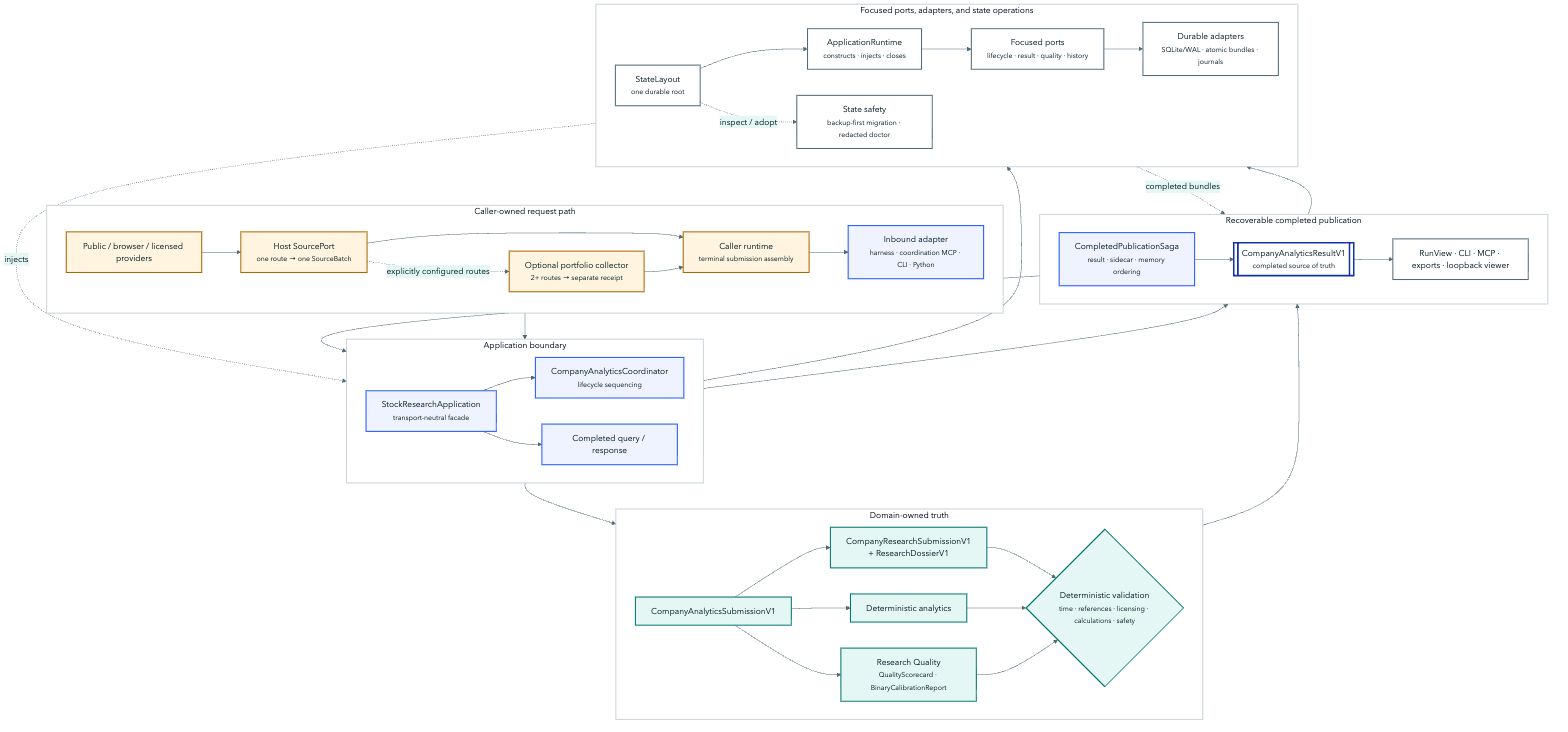
Before: assets/architecture/solid-ports-adapters.png, a diagram exported from Mermaid (harshitagarwal2/StockResearchAgents). Its source is kept beside it as docs/diagrams/solid-ports-adapters.mmd.
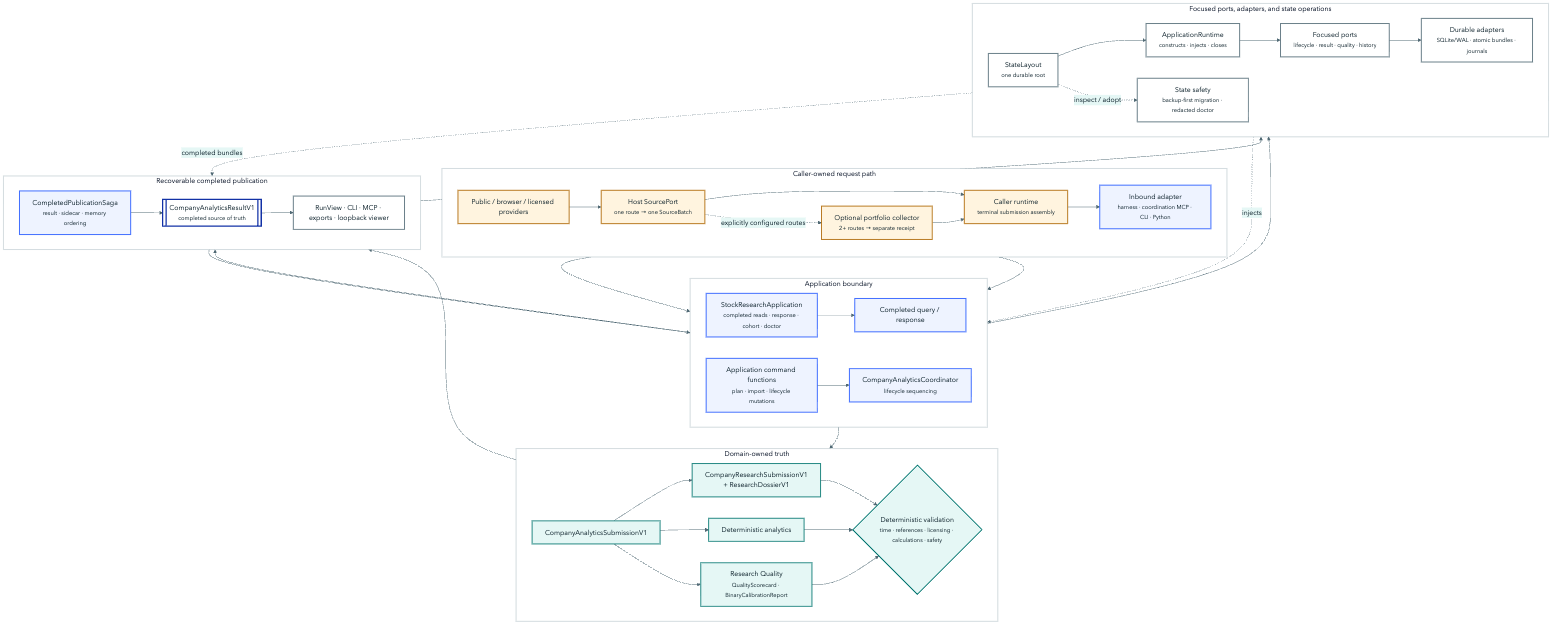
After the commit.

The edit, as a diff of the source:
```diff
@@ -1,7 +1,7 @@
 %%{init: {"theme":"base","fontFamily":"Avenir Next, Segoe UI, sans-serif","themeVariables":{"fontFamily":"Avenir Next, Segoe UI, sans-serif","primaryColor":"#eef3ff","primaryTextColor":"#071c26","primaryBorderColor":"#2257ff","lineColor":"#516a75","secondaryColor":"#e5f7f5","tertiaryColor":"#fff4df","background":"#f5f8f9","clusterBkg":"#ffffff","clusterBorder":"#96aab2"},"flowchart":{"curve":"basis","htmlLabels":true}}}%%
 flowchart TB
   accTitle: SOLID ports-and-adapters architecture for Company Analytics
-  accDescr: Host retrieval adapters implement SourcePort outside the core; direct capability calls return one SourceBatch, while optional portfolio collection fans out across at least two routes and returns a separate SourcePortfolioReceipt. Inbound adapters depend on StockResearchApplication. ApplicationRuntime composes focused ports, CompanyAnalyticsCoordinator, and CompletedPublicationSaga. Domain contracts own deterministic validation, and only completed results reach projections.
+  accDescr: Host retrieval adapters implement SourcePort outside the core; direct capability calls return one SourceBatch, while optional portfolio collection fans out across at least two routes and returns a separate SourcePortfolioReceipt. Inbound adapters use StockResearchApplication for completed reads, responses, cohort evaluation, and diagnostics, and use dedicated application command functions for plan, import, and lifecycle mutations. ApplicationRuntime composes focused ports, CompanyAnalyticsCoordinator, and CompletedPublicationSaga. Domain contracts own deterministic validation, and only completed results reach projections.
 
   subgraph REQUEST["Caller-owned request path"]
     direction LR
@@ -16,13 +16,15 @@
 
   subgraph USECASES["Application boundary"]
     direction LR
-    FACADE["StockResearchApplication<br/><small>transport-neutral facade</small>"]
+    FACADE["StockResearchApplication<br/><small>completed reads · response · cohort · doctor</small>"]
+    COMMANDS["Application command functions<br/><small>plan · import · lifecycle mutations</small>"]
     COORD["CompanyAnalyticsCoordinator<br/><small>lifecycle sequencing</small>"]
     QUERY["Completed query / response"]
-    FACADE --> COORD
     FACADE --> QUERY
+    COMMANDS --> COORD
   end
   INBOUND --> FACADE
+  INBOUND --> COMMANDS
 
   subgraph TRUTH["Domain-owned truth"]
     direction LR
@@ -35,7 +37,7 @@
     ANALYTICS --> CALC --> CONFORM
     ANALYTICS --> QUALITY --> CONFORM
   end
-  COORD --> ANALYTICS
+  COMMANDS --> ANALYTICS
 
   subgraph PUBLICATION["Recoverable completed publication"]
     direction LR
@@ -69,7 +71,7 @@
   classDef port fill:#ffffff,stroke:#516a75,color:#071c26,stroke-width:2px;
   classDef artifact fill:#ffffff,stroke:#1231a6,color:#071c26,stroke-width:3px;
   class PROVIDERS,SOURCE,PORTFOLIO,CALLER host;
-  class INBOUND,FACADE,COORD,QUERY,SAGA adapter;
+  class INBOUND,FACADE,COMMANDS,COORD,QUERY,SAGA adapter;
   class ANALYTICS,RESEARCH,CALC,QUALITY,CONFORM domain;
   class LAYOUT,RUNTIME,PORTS,STORES,OPS,READ port;
   class RESULT artifact;
```
